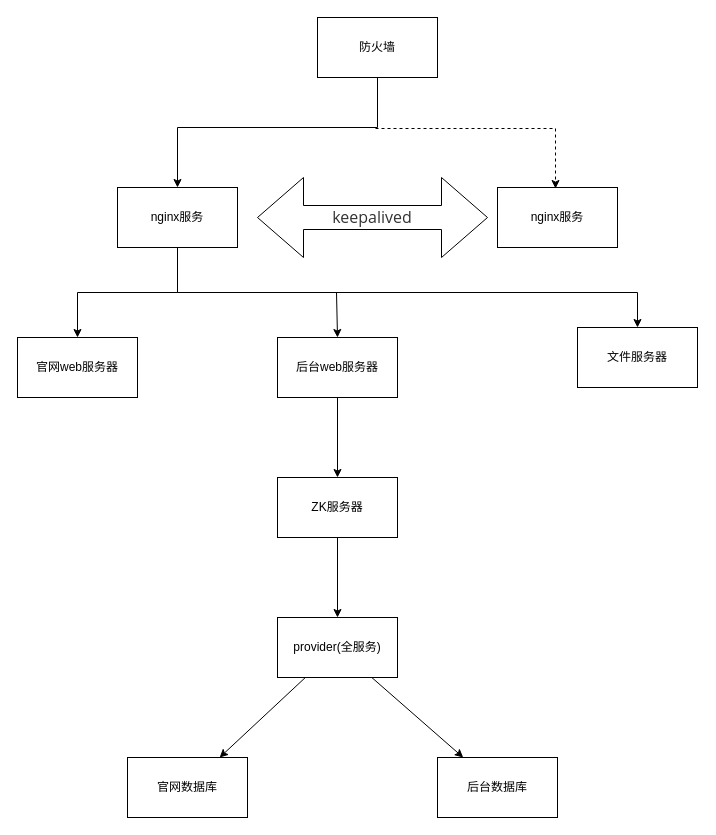
This is 未命名绘图.drawio from QSupervillain/Flow-Chart, a draw.io file, before an edit. Source tidied: cells renumbered, new cells numbered last; positions are measured from the earlier drawing's top-left corner, leaving out a move shared by most shapes. Both pictures are drawn from the tidied source at 100%, with x=0, y=0 at pixel (17, 17).
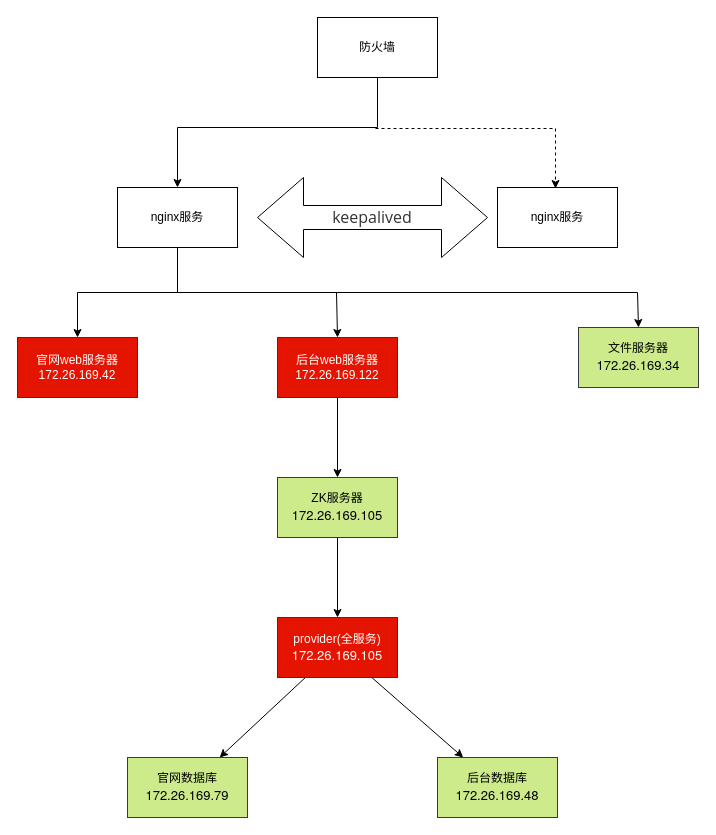
Above is the later version.

Commit message:
更新未命名绘图.drawio

What changed in the source:
```diff
@@
-    <mxCell id="10" value="官网web服务器" style="whiteSpace=wrap;html=1;rounded=0;" parent="1" vertex="1">
+    <mxCell id="10" value="官网web服务器&lt;br&gt;172.26.169.42" style="whiteSpace=wrap;html=1;rounded=0;fillColor=#e51400;strokeColor=#B20000;fontColor=#ffffff;" parent="1" vertex="1">
       <mxGeometry y="320" width="120" height="60" as="geometry" />
     </mxCell>
@@
-    <mxCell id="12" value="后台web服务器" style="whiteSpace=wrap;html=1;rounded=0;" parent="1" vertex="1">
+    <mxCell id="12" value="后台web服务器&lt;br&gt;172.26.169.122" style="whiteSpace=wrap;html=1;rounded=0;fillColor=#e51400;fontColor=#ffffff;strokeColor=#B20000;" parent="1" vertex="1">
       <mxGeometry x="260" y="320" width="120" height="60" as="geometry" />
     </mxCell>
-    <mxCell id="13" value="文件服务器" style="whiteSpace=wrap;html=1;rounded=0;" parent="1" vertex="1">
-      <mxGeometry x="560" y="310" width="120" height="60" as="geometry" />
+    <mxCell id="13" value="文件服务器&lt;br&gt;&lt;p style=&quot;margin: 0px; font-variant-numeric: normal; font-variant-east-asian: normal; font-stretch: normal; font-size: 13px; line-height: normal; font-family: &amp;quot;Helvetica Neue&amp;quot;; text-align: start;&quot; class=&quot;p1&quot;&gt;172.26.169.34&lt;/p&gt;" style="whiteSpace=wrap;html=1;rounded=0;fillColor=#cdeb8b;strokeColor=#36393d;" parent="1" vertex="1">
+      <mxGeometry x="561" y="310" width="120" height="60" as="geometry" />
     </mxCell>
@@
-    <mxCell id="16" value="ZK服务器" style="whiteSpace=wrap;html=1;rounded=0;" parent="1" vertex="1">
+    <mxCell id="16" value="ZK服务器&lt;br&gt;&lt;p style=&quot;margin: 0px; font-variant-numeric: normal; font-variant-east-asian: normal; font-stretch: normal; font-size: 13px; line-height: normal; font-family: &amp;quot;Helvetica Neue&amp;quot;; text-align: start;&quot; class=&quot;p1&quot;&gt;172.26.169.105&lt;/p&gt;" style="whiteSpace=wrap;html=1;rounded=0;fillColor=#cdeb8b;strokeColor=#36393d;" parent="1" vertex="1">
       <mxGeometry x="260" y="460" width="120" height="60" as="geometry" />
     </mxCell>
@@
-    <mxCell id="19" value="provider(全服务)" style="whiteSpace=wrap;html=1;rounded=0;" parent="1" vertex="1">
+    <mxCell id="19" value="provider(全服务)&lt;br&gt;&lt;span style=&quot;font-family: &amp;quot;Helvetica Neue&amp;quot;; font-size: 13px; text-align: start;&quot;&gt;172.26.169.105&lt;/span&gt;" style="whiteSpace=wrap;html=1;rounded=0;fillColor=#e51400;fontColor=#ffffff;strokeColor=#B20000;" parent="1" vertex="1">
       <mxGeometry x="260" y="600" width="120" height="60" as="geometry" />
     </mxCell>
-    <mxCell id="20" value="后台数据库" style="whiteSpace=wrap;html=1;rounded=0;" parent="1" vertex="1">
+    <mxCell id="20" value="后台数据库&lt;br&gt;&lt;p style=&quot;margin: 0px; font-variant-numeric: normal; font-variant-east-asian: normal; font-stretch: normal; font-size: 13px; line-height: normal; font-family: &amp;quot;Helvetica Neue&amp;quot;; text-align: start;&quot; class=&quot;p1&quot;&gt;172.26.169.48&lt;span style=&quot;&quot; class=&quot;Apple-tab-span&quot;&gt; &lt;/span&gt;&lt;/p&gt;" style="whiteSpace=wrap;html=1;rounded=0;fillColor=#cdeb8b;strokeColor=#36393d;" parent="1" vertex="1">
       <mxGeometry x="420" y="740" width="120" height="60" as="geometry" />
     </mxCell>
-    <mxCell id="21" value="官网数据库" style="whiteSpace=wrap;html=1;rounded=0;" parent="1" vertex="1">
+    <mxCell id="21" value="官网数据库&lt;br&gt;&lt;p style=&quot;margin: 0px; font-variant-numeric: normal; font-variant-east-asian: normal; font-stretch: normal; font-size: 13px; line-height: normal; font-family: &amp;quot;Helvetica Neue&amp;quot;; text-align: start;&quot; class=&quot;p1&quot;&gt;172.26.169.79&lt;/p&gt;" style="whiteSpace=wrap;html=1;rounded=0;fillColor=#cdeb8b;strokeColor=#36393d;" parent="1" vertex="1">
       <mxGeometry x="110" y="740" width="120" height="60" as="geometry" />
     </mxCell>
```
